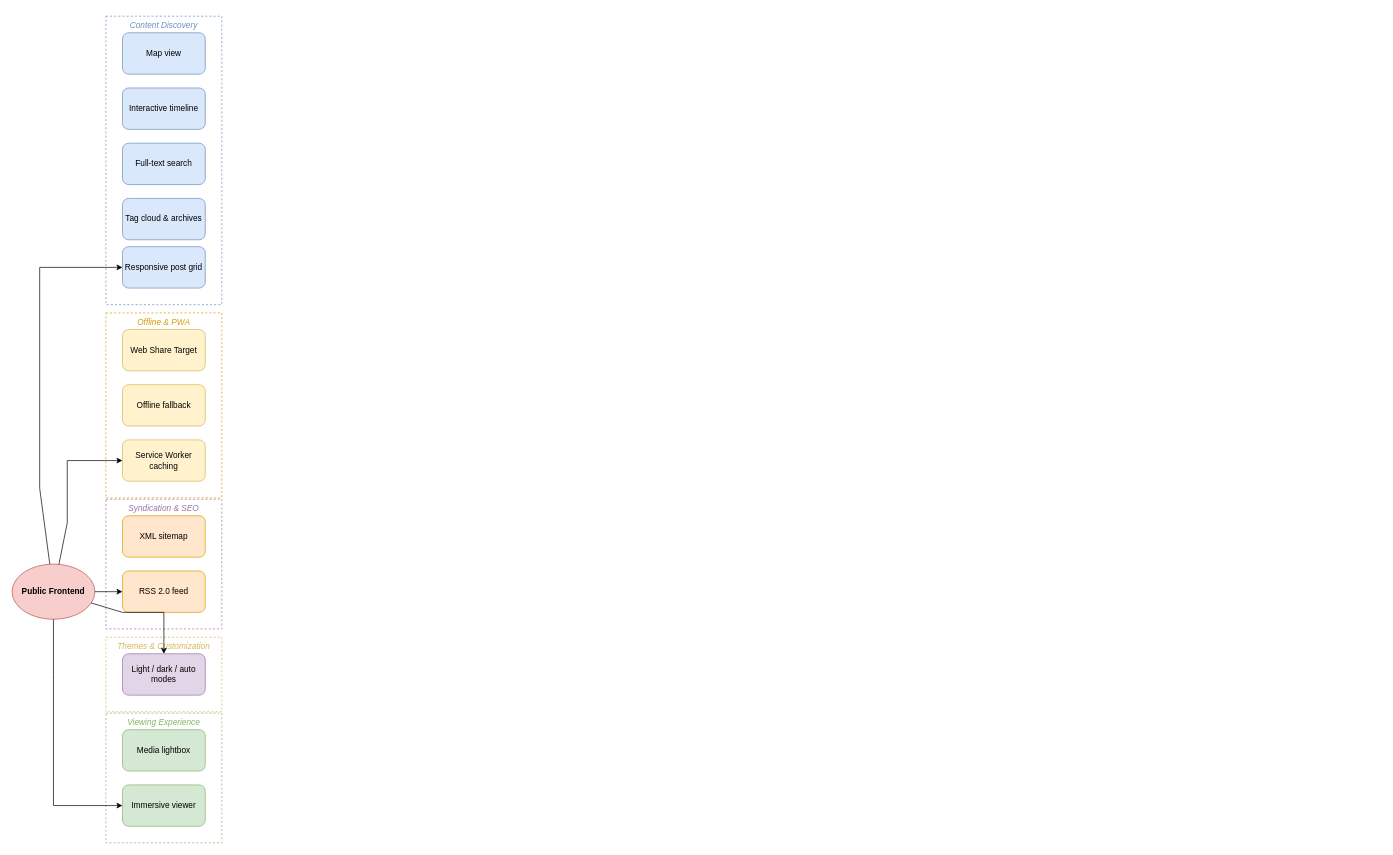
Earlier version of the draw.io diagram docs/diagrams/public_features.drawio (dariy/point). Source tidied: cells renumbered, new cells numbered last; positions are measured from the earlier drawing's top-left corner, leaving out a move shared by most shapes. Both pictures are drawn from the tidied source at 69%, with x=0, y=0 at pixel (12, 16).
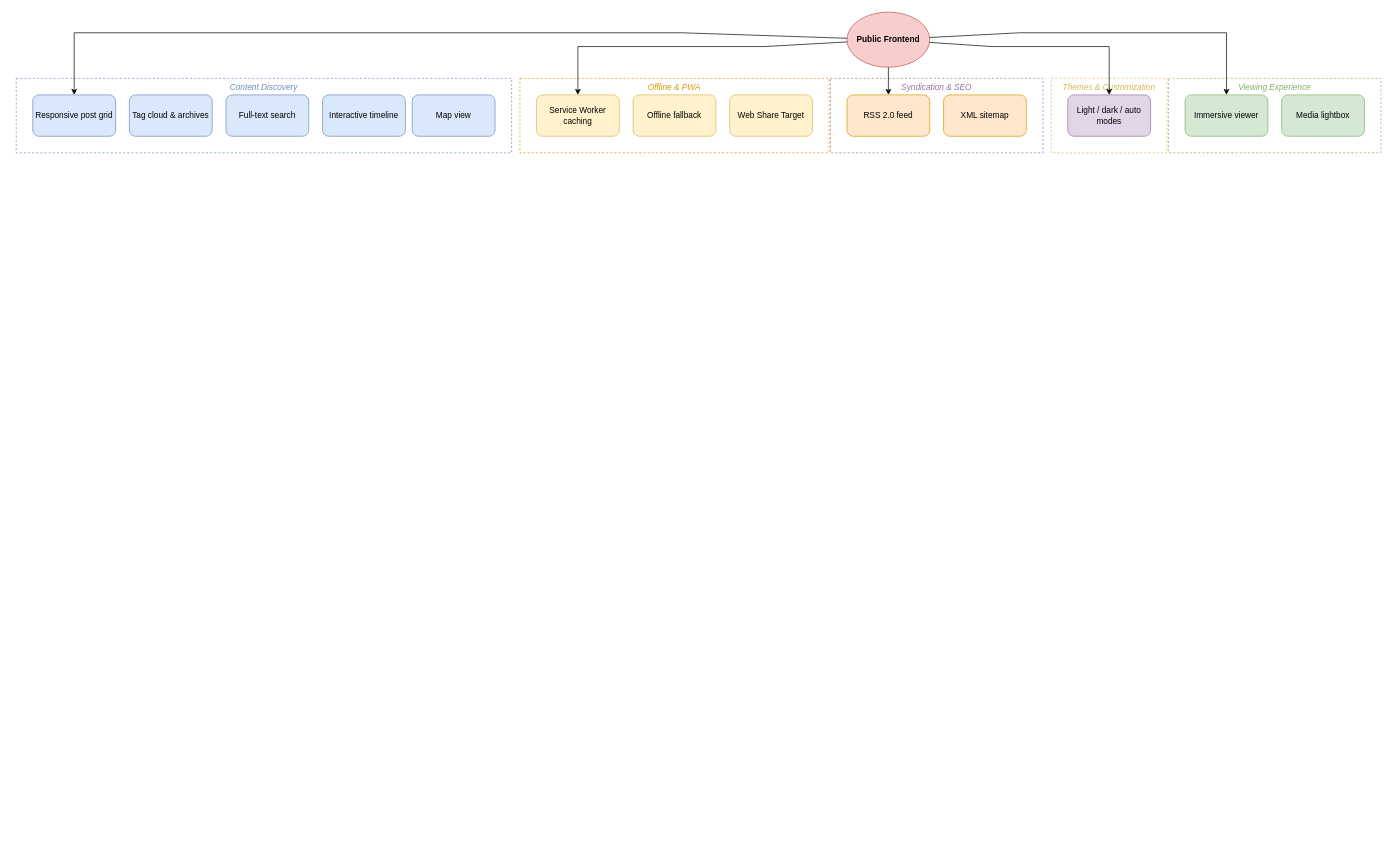
After the change.

Unchanged cells that the change refers to:
```xml
<mxCell id="20" value="Light / dark / auto modes" style="rounded=1;whiteSpace=wrap;html=1;fillColor=#e1d5e7;strokeColor=#9673a6;" parent="5" vertex="1">
  <mxGeometry x="24" y="24" width="120" height="60" as="geometry" />
</mxCell>
```

The edit, as a diff of the source:
```diff
@@
     <mxCell id="2" value="Content Discovery" style="rounded=0;whiteSpace=wrap;html=1;fillColor=none;strokeColor=#6c8ebf;fontColor=#6c8ebf;verticalAlign=top;fontStyle=2;dashed=1;" parent="1" vertex="1">
-      <mxGeometry x="136" width="168" height="418" as="geometry" />
+      <mxGeometry x="6" y="90" width="718" height="108" as="geometry" />
     </mxCell>
     <mxCell id="3" value="Offline &amp; PWA" style="rounded=0;whiteSpace=wrap;html=1;fillColor=none;strokeColor=#d79b00;fontColor=#d79b00;verticalAlign=top;fontStyle=2;dashed=1;" parent="1" vertex="1">
-      <mxGeometry x="136" y="430" width="168" height="268" as="geometry" />
+      <mxGeometry x="736" y="90" width="448" height="108" as="geometry" />
     </mxCell>
     <mxCell id="4" value="Syndication &amp; SEO" style="rounded=0;whiteSpace=wrap;html=1;fillColor=none;strokeColor=#9673a6;fontColor=#9673a6;verticalAlign=top;fontStyle=2;dashed=1;" parent="1" vertex="1">
-      <mxGeometry x="136" y="700" width="168" height="188" as="geometry" />
+      <mxGeometry x="1186" y="90" width="308" height="108" as="geometry" />
     </mxCell>
     <mxCell id="5" value="Themes &amp; Customization" style="rounded=0;whiteSpace=wrap;html=1;fillColor=none;strokeColor=#d6b656;fontColor=#d6b656;verticalAlign=top;fontStyle=2;dashed=1;" parent="1" vertex="1">
-      <mxGeometry x="136" y="900" width="168" height="108" as="geometry" />
+      <mxGeometry x="1506" y="90" width="168" height="108" as="geometry" />
     </mxCell>
     <mxCell id="6" value="Viewing Experience" style="rounded=0;whiteSpace=wrap;html=1;fillColor=none;strokeColor=#82b366;fontColor=#82b366;verticalAlign=top;fontStyle=2;dashed=1;" parent="1" vertex="1">
-      <mxGeometry x="136" y="1010" width="168" height="188" as="geometry" />
+      <mxGeometry x="1676" y="90" width="308" height="108" as="geometry" />
     </mxCell>
-    <mxCell id="7" value="Public Frontend" style="ellipse;whiteSpace=wrap;html=1;fillColor=#f8cecc;strokeColor=#b85450;fontStyle=1;" parent="1" vertex="1">
-      <mxGeometry y="794" width="120" height="80" as="geometry" />
+    <mxCell id="7" value="Public&amp;#xa;Frontend" style="ellipse;whiteSpace=wrap;html=1;fillColor=#f8cecc;strokeColor=#b85450;fontStyle=1;" parent="1" vertex="1">
+      <mxGeometry x="1210" y="-6" width="120" height="80" as="geometry" />
     </mxCell>
     <mxCell id="8" value="Responsive post grid" style="rounded=1;whiteSpace=wrap;html=1;fillColor=#dae8fc;strokeColor=#6c8ebf;" parent="2" vertex="1">
-      <mxGeometry x="24" y="334" width="120" height="60" as="geometry" />
+      <mxGeometry x="24" y="24" width="120" height="60" as="geometry" />
     </mxCell>
     <mxCell id="9" value="Tag cloud &amp; archives" style="rounded=1;whiteSpace=wrap;html=1;fillColor=#dae8fc;strokeColor=#6c8ebf;" parent="2" vertex="1">
-      <mxGeometry x="24" y="264" width="120" height="60" as="geometry" />
+      <mxGeometry x="164" y="24" width="120" height="60" as="geometry" />
     </mxCell>
     <mxCell id="10" value="Full-text search" style="rounded=1;whiteSpace=wrap;html=1;fillColor=#dae8fc;strokeColor=#6c8ebf;" parent="2" vertex="1">
-      <mxGeometry x="24" y="184" width="120" height="60" as="geometry" />
+      <mxGeometry x="304" y="24" width="120" height="60" as="geometry" />
     </mxCell>
     <mxCell id="11" value="Interactive timeline" style="rounded=1;whiteSpace=wrap;html=1;fillColor=#dae8fc;strokeColor=#6c8ebf;" parent="2" vertex="1">
-      <mxGeometry x="24" y="104" width="120" height="60" as="geometry" />
+      <mxGeometry x="444" y="24" width="120" height="60" as="geometry" />
     </mxCell>
     <mxCell id="12" value="Map view" style="rounded=1;whiteSpace=wrap;html=1;fillColor=#dae8fc;strokeColor=#6c8ebf;" parent="2" vertex="1">
-      <mxGeometry x="24" y="24" width="120" height="60" as="geometry" />
+      <mxGeometry x="574" y="24" width="120" height="60" as="geometry" />
     </mxCell>
     <mxCell id="13" value="Immersive viewer" style="rounded=1;whiteSpace=wrap;html=1;fillColor=#d5e8d4;strokeColor=#82b366;" parent="6" vertex="1">
-      <mxGeometry x="24" y="104" width="120" height="60" as="geometry" />
+      <mxGeometry x="24" y="24" width="120" height="60" as="geometry" />
     </mxCell>
     <mxCell id="14" value="Media lightbox" style="rounded=1;whiteSpace=wrap;html=1;fillColor=#d5e8d4;strokeColor=#82b366;" parent="6" vertex="1">
-      <mxGeometry x="24" y="24" width="120" height="60" as="geometry" />
+      <mxGeometry x="164" y="24" width="120" height="60" as="geometry" />
     </mxCell>
     <mxCell id="15" value="Service Worker caching" style="rounded=1;whiteSpace=wrap;html=1;fillColor=#fff2cc;strokeColor=#d6b656;" parent="3" vertex="1">
-      <mxGeometry x="24" y="184" width="120" height="60" as="geometry" />
+      <mxGeometry x="24" y="24" width="120" height="60" as="geometry" />
     </mxCell>
     <mxCell id="16" value="Offline fallback" style="rounded=1;whiteSpace=wrap;html=1;fillColor=#fff2cc;strokeColor=#d6b656;" parent="3" vertex="1">
-      <mxGeometry x="24" y="104" width="120" height="60" as="geometry" />
+      <mxGeometry x="164" y="24" width="120" height="60" as="geometry" />
     </mxCell>
     <mxCell id="17" value="Web Share Target" style="rounded=1;whiteSpace=wrap;html=1;fillColor=#fff2cc;strokeColor=#d6b656;" parent="3" vertex="1">
-      <mxGeometry x="24" y="24" width="120" height="60" as="geometry" />
+      <mxGeometry x="304" y="24" width="120" height="60" as="geometry" />
     </mxCell>
     <mxCell id="18" value="RSS 2.0 feed" style="rounded=1;whiteSpace=wrap;html=1;fillColor=#ffe6cc;strokeColor=#d79b00;" parent="4" vertex="1">
-      <mxGeometry x="24" y="104" width="120" height="60" as="geometry" />
+      <mxGeometry x="24" y="24" width="120" height="60" as="geometry" />
     </mxCell>
     <mxCell id="19" value="XML sitemap" style="rounded=1;whiteSpace=wrap;html=1;fillColor=#ffe6cc;strokeColor=#d79b00;" parent="4" vertex="1">
-      <mxGeometry x="24" y="24" width="120" height="60" as="geometry" />
+      <mxGeometry x="164" y="24" width="120" height="60" as="geometry" />
     </mxCell>
@@
     <mxCell id="21" style="html=1;rounded=0;" parent="1" edge="1" source="7" target="8">
       <mxGeometry relative="1" as="geometry">
         <Array as="points">
-          <mxPoint x="40" y="684" />
-          <mxPoint x="40" y="364" />
-          <mxPoint x="40" y="364" />
-          <mxPoint x="40" y="364" />
-          <mxPoint x="140" y="364" />
+          <mxPoint x="970" y="24" />
+          <mxPoint x="90" y="24" />
+          <mxPoint x="90" y="24" />
+          <mxPoint x="90" y="24" />
+          <mxPoint x="90" y="94" />
         </Array>
       </mxGeometry>
     </mxCell>
     <mxCell id="22" style="html=1;rounded=0;" parent="1" edge="1" source="7" target="13">
       <mxGeometry relative="1" as="geometry">
         <Array as="points">
-          <mxPoint x="60" y="954" />
-          <mxPoint x="60" y="1144" />
-          <mxPoint x="60" y="1144" />
-          <mxPoint x="60" y="1144" />
-          <mxPoint x="140" y="1144" />
+          <mxPoint x="1460" y="24" />
+          <mxPoint x="1760" y="24" />
+          <mxPoint x="1760" y="24" />
+          <mxPoint x="1760" y="24" />
+          <mxPoint x="1760" y="94" />
         </Array>
       </mxGeometry>
     </mxCell>
     <mxCell id="23" style="html=1;rounded=0;" parent="1" edge="1" source="7" target="15">
       <mxGeometry relative="1" as="geometry">
         <Array as="points">
-          <mxPoint x="80" y="734" />
-          <mxPoint x="80" y="644" />
-          <mxPoint x="80" y="644" />
-          <mxPoint x="80" y="644" />
-          <mxPoint x="140" y="644" />
+          <mxPoint x="1090" y="44" />
+          <mxPoint x="820" y="44" />
+          <mxPoint x="820" y="44" />
+          <mxPoint x="820" y="44" />
+          <mxPoint x="820" y="94" />
         </Array>
       </mxGeometry>
     </mxCell>
     <mxCell id="24" style="html=1;rounded=0;" parent="1" edge="1" source="7" target="18">
       <mxGeometry relative="1" as="geometry">
         <Array as="points">
-          <mxPoint x="120" y="834" />
-          <mxPoint x="140" y="834" />
+          <mxPoint x="1270" y="74" />
+          <mxPoint x="1270" y="94" />
         </Array>
       </mxGeometry>
     </mxCell>
     <mxCell id="25" style="html=1;rounded=0;" parent="1" edge="1" source="7" target="20">
       <mxGeometry relative="1" as="geometry">
         <Array as="points">
-          <mxPoint x="160" y="864" />
-          <mxPoint x="220" y="864" />
-          <mxPoint x="220" y="864" />
-          <mxPoint x="220" y="864" />
-          <mxPoint x="220" y="904" />
+          <mxPoint x="1420" y="44" />
+          <mxPoint x="1590" y="44" />
+          <mxPoint x="1590" y="44" />
+          <mxPoint x="1590" y="44" />
+          <mxPoint x="1590" y="94" />
         </Array>
       </mxGeometry>
     </mxCell>
```
